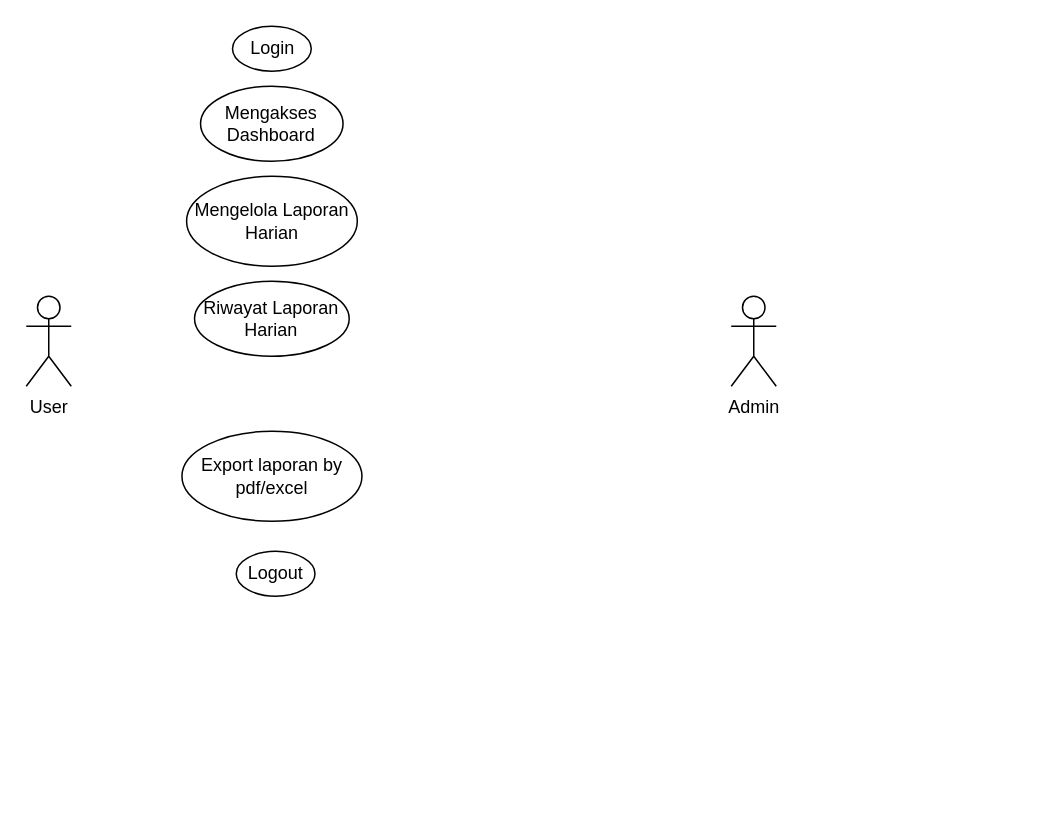
The draw.io diagram Use Case DIagram.drawio in niflAkuy/MonitoringMagang, before the edit. Source tidied: cells renumbered, new cells numbered last; positions are measured from the earlier drawing's top-left corner, leaving out a move shared by most shapes. Both pictures are drawn from the tidied source at 150%, with x=0, y=0 at pixel (26, 26).
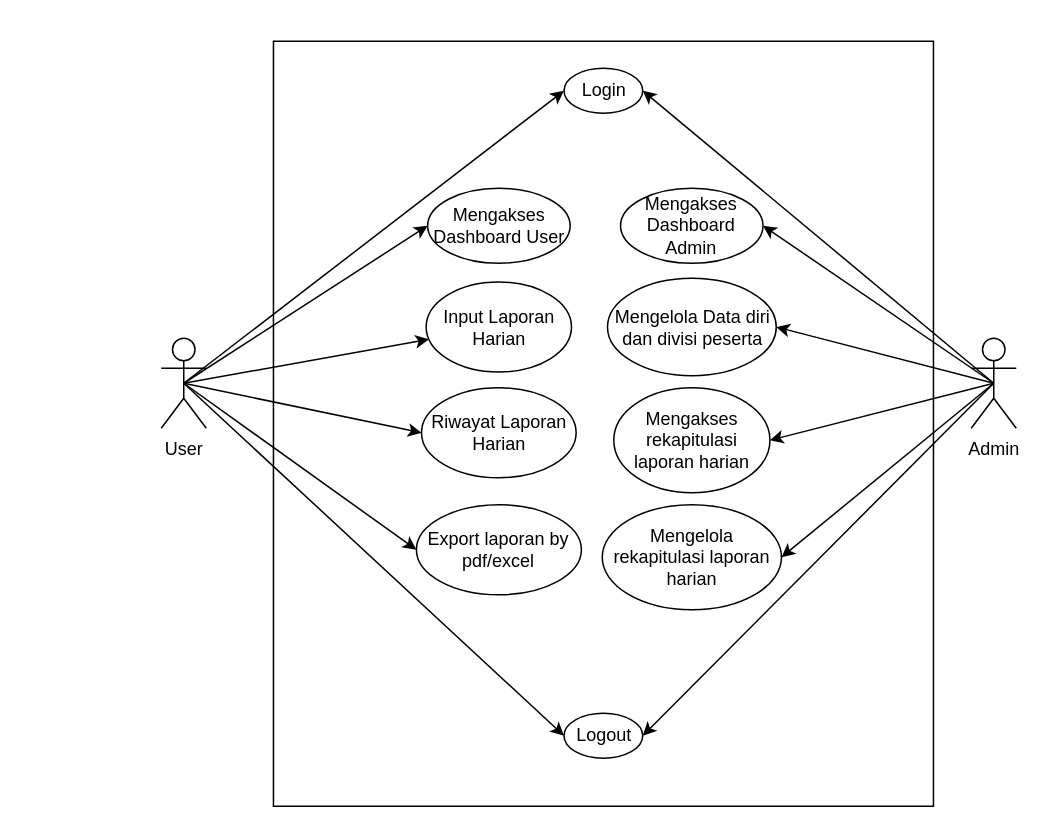
Above is the later version.

What changed in the source:
```diff
@@
+    <mxCell id="10" style="rounded=0;whiteSpace=wrap;html=1;" parent="1" vertex="1">
+      <mxGeometry x="164.8" y="10" width="440" height="510" as="geometry" />
+    </mxCell>
+    <mxCell id="11" style="edgeStyle=none;rounded=0;jettySize=auto;html=1;exitX=0.5;exitY=0.5;exitDx=0;exitDy=0;exitPerimeter=0;entryX=0;entryY=0.5;entryDx=0;entryDy=0;" parent="1" edge="1" source="2" target="3">
+      <mxGeometry relative="1" as="geometry" />
+    </mxCell>
+    <mxCell id="12" style="edgeStyle=none;rounded=0;jettySize=auto;html=1;exitX=0.5;exitY=0.5;exitDx=0;exitDy=0;exitPerimeter=0;entryX=0;entryY=0.5;entryDx=0;entryDy=0;" parent="1" edge="1" source="2" target="4">
+      <mxGeometry relative="1" as="geometry" />
+    </mxCell>
+    <mxCell id="13" style="edgeStyle=none;rounded=0;jettySize=auto;html=1;exitX=0.5;exitY=0.5;exitDx=0;exitDy=0;exitPerimeter=0;" parent="1" edge="1" source="2" target="5">
+      <mxGeometry relative="1" as="geometry" />
+    </mxCell>
+    <mxCell id="14" style="edgeStyle=none;rounded=0;jettySize=auto;html=1;exitX=0.5;exitY=0.5;exitDx=0;exitDy=0;exitPerimeter=0;entryX=0;entryY=0.5;entryDx=0;entryDy=0;" parent="1" edge="1" source="2" target="6">
+      <mxGeometry relative="1" as="geometry" />
+    </mxCell>
+    <mxCell id="15" style="edgeStyle=none;rounded=0;jettySize=auto;html=1;exitX=0.5;exitY=0.5;exitDx=0;exitDy=0;exitPerimeter=0;entryX=0;entryY=0.5;entryDx=0;entryDy=0;" parent="1" edge="1" source="2" target="7">
+      <mxGeometry relative="1" as="geometry" />
+    </mxCell>
     <mxCell id="2" value="User" style="shape=umlActor;verticalLabelPosition=bottom;verticalAlign=top;html=1;outlineConnect=0;" parent="1" vertex="1">
-      <mxGeometry y="180" width="30" height="60" as="geometry" />
+      <mxGeometry x="90" y="208" width="30" height="60" as="geometry" />
     </mxCell>
     <mxCell id="3" value="Login" style="ellipse;whiteSpace=wrap;html=1;" parent="1" vertex="1">
-      <mxGeometry x="137.5" width="52.5" height="30" as="geometry" />
+      <mxGeometry x="358.5" y="28" width="52.5" height="30" as="geometry" />
     </mxCell>
-    <mxCell id="4" value="Mengakses Dashboard" style="ellipse;whiteSpace=wrap;html=1;" parent="1" vertex="1">
-      <mxGeometry x="116.2" y="40" width="95" height="50" as="geometry" />
+    <mxCell id="4" value="Mengakses Dashboard User" style="ellipse;whiteSpace=wrap;html=1;" parent="1" vertex="1">
+      <mxGeometry x="267.6" y="108" width="95" height="50" as="geometry" />
     </mxCell>
-    <mxCell id="5" value="Mengelola Laporan Harian" style="ellipse;whiteSpace=wrap;html=1;" parent="1" vertex="1">
-      <mxGeometry x="106.9" y="100" width="113.8" height="60" as="geometry" />
+    <mxCell id="5" value="Input Laporan Harian" style="ellipse;whiteSpace=wrap;html=1;" parent="1" vertex="1">
+      <mxGeometry x="266.6" y="170.5" width="96.9" height="60" as="geometry" />
     </mxCell>
     <mxCell id="6" value="Export laporan by pdf/excel" style="ellipse;whiteSpace=wrap;html=1;" parent="1" vertex="1">
-      <mxGeometry x="103.8" y="270" width="120" height="60" as="geometry" />
+      <mxGeometry x="260.1" y="319" width="110" height="60" as="geometry" />
     </mxCell>
     <mxCell id="7" value="Logout" style="ellipse;whiteSpace=wrap;html=1;" parent="1" vertex="1">
-      <mxGeometry x="140" y="350" width="52.5" height="30" as="geometry" />
+      <mxGeometry x="358.5" y="458" width="52.5" height="30" as="geometry" />
     </mxCell>
     <mxCell id="8" value="Riwayat Laporan Harian" style="ellipse;whiteSpace=wrap;html=1;" parent="1" vertex="1">
-      <mxGeometry x="112.2" y="170" width="103.1" height="50" as="geometry" />
+      <mxGeometry x="263.5" y="241" width="103.1" height="60" as="geometry" />
     </mxCell>
+    <mxCell id="16" style="edgeStyle=none;rounded=0;jettySize=auto;html=1;exitX=0.5;exitY=0.5;exitDx=0;exitDy=0;exitPerimeter=0;entryX=1;entryY=0.5;entryDx=0;entryDy=0;" parent="1" edge="1" source="9" target="3">
+      <mxGeometry relative="1" as="geometry" />
+    </mxCell>
+    <mxCell id="17" style="edgeStyle=none;rounded=0;jettySize=auto;html=1;exitX=0.5;exitY=0.5;exitDx=0;exitDy=0;exitPerimeter=0;entryX=1;entryY=0.5;entryDx=0;entryDy=0;" parent="1" edge="1" source="9" target="22">
+      <mxGeometry relative="1" as="geometry" />
+    </mxCell>
+    <mxCell id="18" style="edgeStyle=none;rounded=0;jettySize=auto;html=1;exitX=0.5;exitY=0.5;exitDx=0;exitDy=0;exitPerimeter=0;entryX=1;entryY=0.5;entryDx=0;entryDy=0;" parent="1" edge="1" source="9" target="23">
+      <mxGeometry relative="1" as="geometry" />
+    </mxCell>
+    <mxCell id="19" style="edgeStyle=none;rounded=0;jettySize=auto;html=1;exitX=0.5;exitY=0.5;exitDx=0;exitDy=0;exitPerimeter=0;entryX=1;entryY=0.5;entryDx=0;entryDy=0;" parent="1" edge="1" source="9" target="24">
+      <mxGeometry relative="1" as="geometry" />
+    </mxCell>
+    <mxCell id="20" style="edgeStyle=none;rounded=0;jettySize=auto;html=1;exitX=0.5;exitY=0.5;exitDx=0;exitDy=0;exitPerimeter=0;entryX=1;entryY=0.5;entryDx=0;entryDy=0;" parent="1" edge="1" source="9" target="25">
+      <mxGeometry relative="1" as="geometry" />
+    </mxCell>
+    <mxCell id="21" style="edgeStyle=none;rounded=0;jettySize=auto;html=1;exitX=0.5;exitY=0.5;exitDx=0;exitDy=0;exitPerimeter=0;entryX=1;entryY=0.5;entryDx=0;entryDy=0;" parent="1" edge="1" source="9" target="7">
+      <mxGeometry relative="1" as="geometry" />
+    </mxCell>
     <mxCell id="9" value="Admin" style="shape=umlActor;verticalLabelPosition=bottom;verticalAlign=top;html=1;outlineConnect=0;" parent="1" vertex="1">
-      <mxGeometry x="470" y="180" width="30" height="60" as="geometry" />
+      <mxGeometry x="630" y="208" width="30" height="60" as="geometry" />
     </mxCell>
+    <mxCell id="22" value="Mengakses Dashboard Admin" style="ellipse;whiteSpace=wrap;html=1;" parent="1" vertex="1">
+      <mxGeometry x="396.2" y="108" width="95" height="50" as="geometry" />
+    </mxCell>
+    <mxCell id="23" value="Mengelola Data diri dan divisi peserta" style="ellipse;whiteSpace=wrap;html=1;" parent="1" vertex="1">
+      <mxGeometry x="387.5" y="168" width="112.5" height="65" as="geometry" />
+    </mxCell>
+    <mxCell id="24" value="Mengakses rekapitulasi laporan harian" style="ellipse;whiteSpace=wrap;html=1;" parent="1" vertex="1">
+      <mxGeometry x="391.7" y="241" width="104.1" height="70" as="geometry" />
+    </mxCell>
+    <mxCell id="25" value="Mengelola rekapitulasi laporan harian" style="ellipse;whiteSpace=wrap;html=1;" parent="1" vertex="1">
+      <mxGeometry x="384" y="319" width="119.5" height="70" as="geometry" />
+    </mxCell>
+    <mxCell id="26" style="edgeStyle=none;rounded=0;jettySize=auto;html=1;exitX=0.5;exitY=0.5;exitDx=0;exitDy=0;exitPerimeter=0;entryX=0;entryY=0.5;entryDx=0;entryDy=0;" parent="1" edge="1" source="2" target="8">
+      <mxGeometry relative="1" as="geometry" />
+    </mxCell>
```
